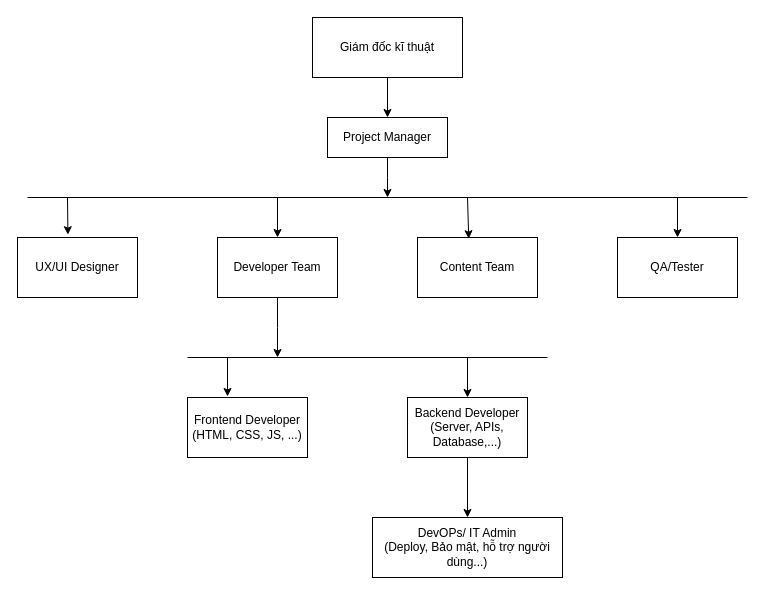
This is So_do_to_chuc.drawio from Laurizine/Software_Tecnology_, a draw.io file, before an edit. Source tidied: cells renumbered, new cells numbered last; positions are measured from the earlier drawing's top-left corner, leaving out a move shared by most shapes. Both pictures are drawn from the tidied source at 100%, with x=0, y=0 at pixel (17, 17).
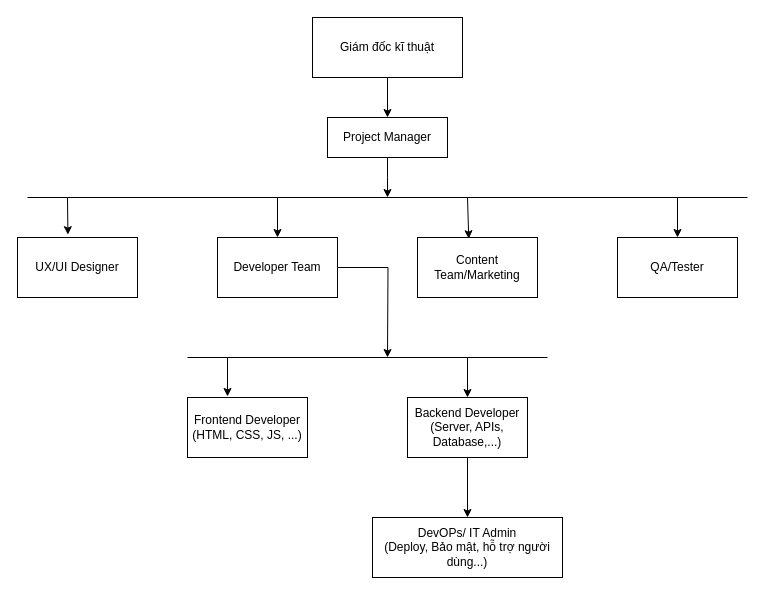
Above is the later version.

Commit message:
Cập nhật So_do_to_chuc.drawio

The change refers to these unchanged cells:
```xml
<mxCell id="10" value="Developer Team" style="rounded=0;whiteSpace=wrap;html=1;" parent="1" vertex="1">
  <mxGeometry x="200" y="220" width="120" height="60" as="geometry" />
</mxCell>
```

Diff of the diagram source:
```diff
@@
     <mxCell id="9" style="edgeStyle=orthogonalEdgeStyle;rounded=0;jettySize=auto;html=1;" parent="1" edge="1" source="10">
       <mxGeometry relative="1" as="geometry">
-        <mxPoint x="260" y="340" as="targetPoint" />
+        <mxPoint x="370" y="340" as="targetPoint" />
       </mxGeometry>
     </mxCell>
@@
-    <mxCell id="11" value="Content Team" style="rounded=0;whiteSpace=wrap;html=1;" parent="1" vertex="1">
+    <mxCell id="11" value="Content Team/Marketing" style="rounded=0;whiteSpace=wrap;html=1;" parent="1" vertex="1">
       <mxGeometry x="400" y="220" width="120" height="60" as="geometry" />
     </mxCell>
```
